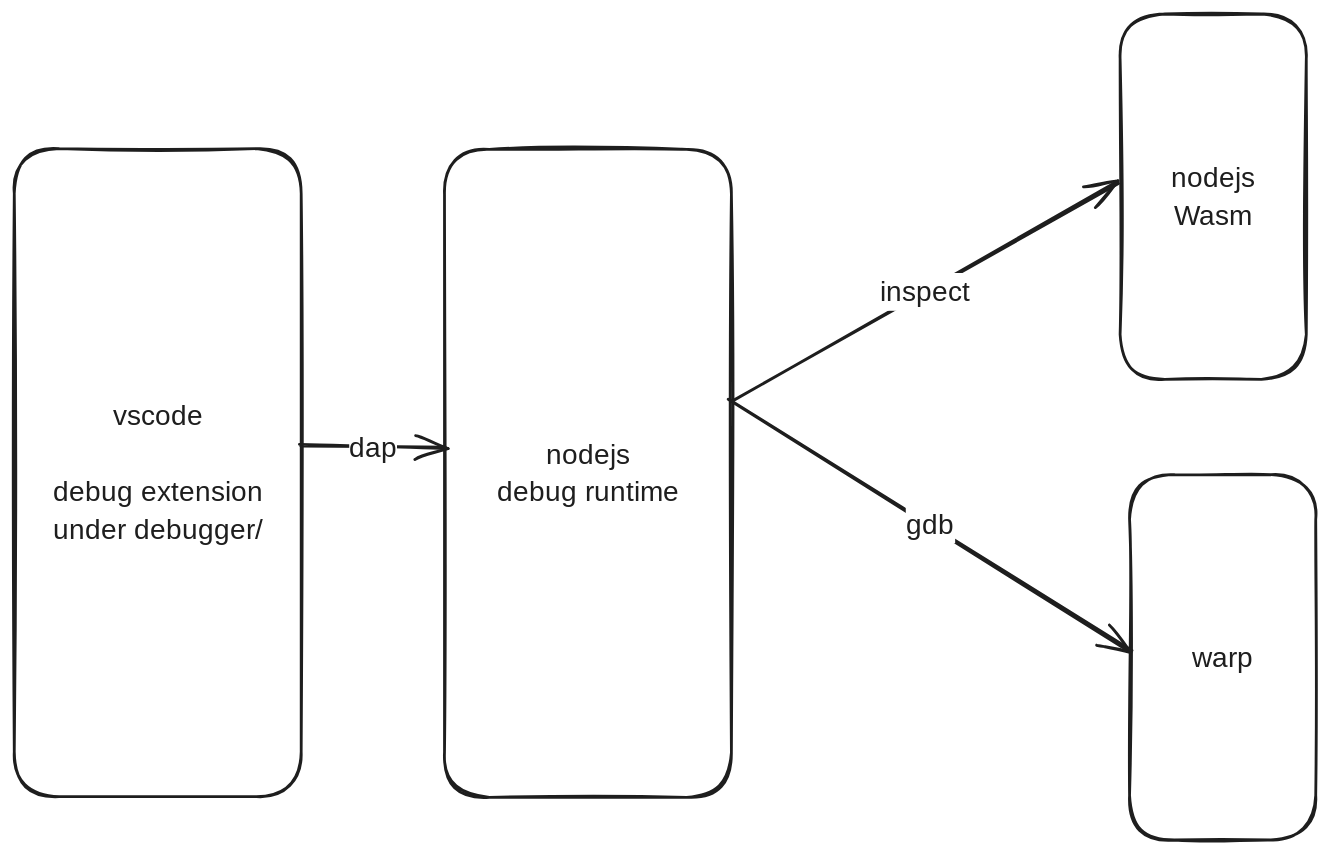
Above: docs/tech/debugger/debugger.excalidraw.svg in wasm-ecosystem/warpo (Excalidraw), before the change. Source tidied: one line per element, renumbered; positions are measured from the earlier drawing's top-left corner, leaving out a move shared by most shapes.
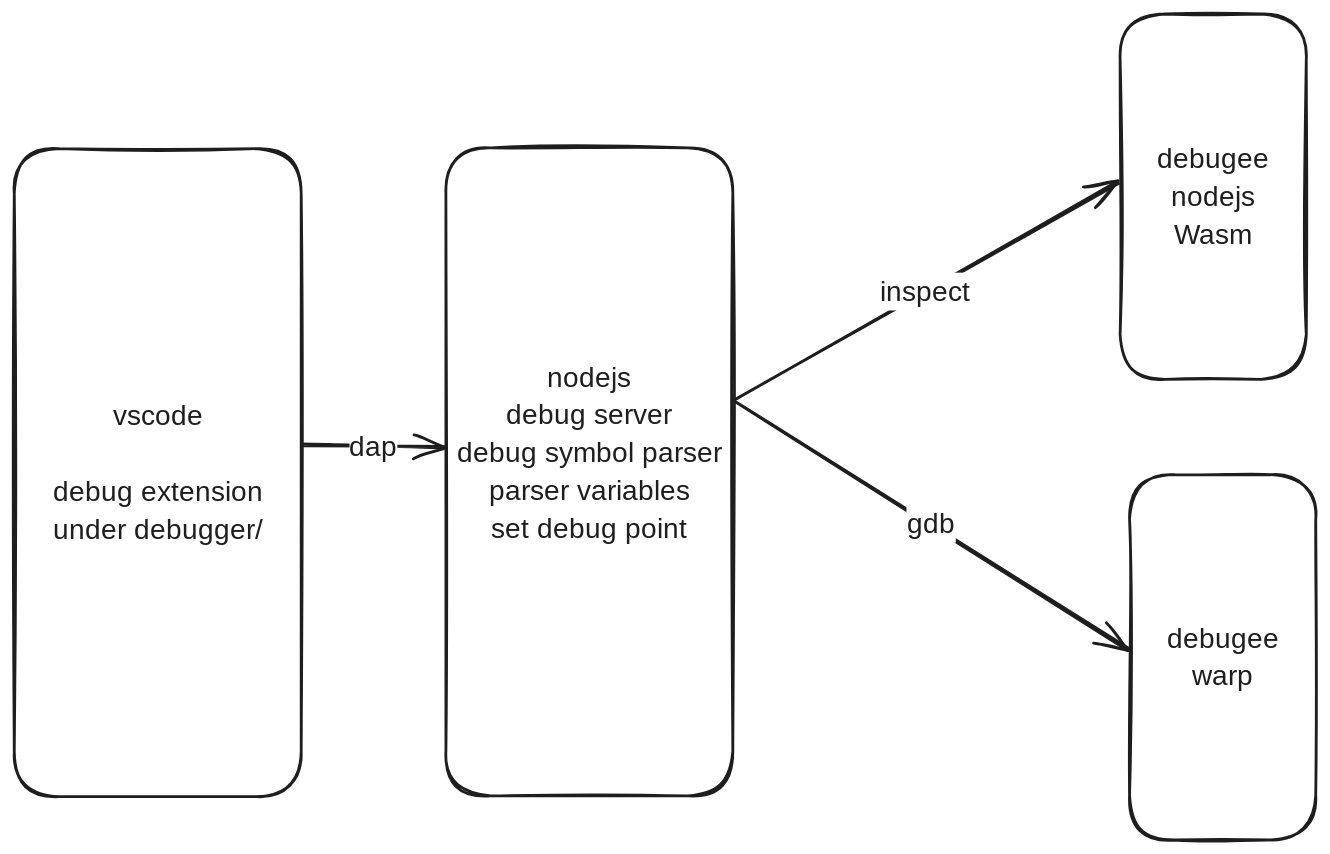
Later version of the same file.

What changed in the source:
```diff
@@ -1,14 +1,14 @@
 {"id": 0, "type": "rectangle", "strokeColor": "#1e1e1e", "strokeWidth": 2, "roughness": 1, "round": true, "x": 0, "y": 96, "width": 205, "height": 463}
 {"id": 1, "type": "text", "text": "vscode\n\ndebug extension\nunder debugger/", "strokeColor": "#1e1e1e", "strokeWidth": 2, "roughness": 1, "fontSize": 20, "fontFamily": 6, "textAlign": "center", "verticalAlign": "middle", "inside": 0, "x": 27, "y": 274, "width": 150, "height": 108}
-{"id": 2, "type": "rectangle", "strokeColor": "#1e1e1e", "strokeWidth": 2, "roughness": 1, "round": true, "x": 307, "y": 97, "width": 205, "height": 463}
+{"id": 2, "type": "rectangle", "strokeColor": "#1e1e1e", "strokeWidth": 2, "roughness": 1, "round": true, "x": 308, "y": 96, "width": 205, "height": 463}
-{"id": 3, "type": "text", "text": "nodejs\ndebug runtime", "strokeColor": "#1e1e1e", "strokeWidth": 2, "roughness": 1, "fontSize": 20, "fontFamily": 6, "textAlign": "center", "verticalAlign": "middle", "inside": 2, "x": 344, "y": 301, "width": 132, "height": 54}
+{"id": 3, "type": "text", "text": "nodejs\ndebug server\ndebug symbol parser\nparser variables\nset debug point\n", "strokeColor": "#1e1e1e", "strokeWidth": 2, "roughness": 1, "fontSize": 20, "fontFamily": 6, "textAlign": "center", "verticalAlign": "middle", "inside": 2, "x": 315, "y": 246, "width": 191, "height": 162}
-{"id": 4, "type": "arrow", "strokeColor": "#1e1e1e", "strokeWidth": 2, "roughness": 1, "endArrowhead": "arrow", "round": true, "from": 0, "to": 2, "x": 204, "y": 309, "width": 105, "height": 1, "points": [[0, 0], [105, 1]]}
+{"id": 4, "type": "arrow", "strokeColor": "#1e1e1e", "strokeWidth": 2, "roughness": 1, "endArrowhead": "arrow", "round": true, "from": 0, "to": 2, "x": 205, "y": 309, "width": 102, "height": 1, "points": [[0, 0], [102, 1]]}
 {"id": 5, "type": "text", "text": "dap", "strokeColor": "#1e1e1e", "strokeWidth": 2, "roughness": 1, "fontSize": 20, "fontFamily": 6, "textAlign": "center", "verticalAlign": "middle", "inside": 4, "x": 239, "y": 296, "width": 34, "height": 27}
 {"id": 6, "type": "rectangle", "strokeColor": "#1e1e1e", "strokeWidth": 2, "roughness": 1, "round": true, "x": 790, "y": 0, "width": 133, "height": 261}
-{"id": 7, "type": "text", "text": "nodejs\nWasm", "strokeColor": "#1e1e1e", "strokeWidth": 2, "roughness": 1, "fontSize": 20, "fontFamily": 6, "textAlign": "center", "verticalAlign": "middle", "inside": 6, "x": 827, "y": 104, "width": 60, "height": 54}
+{"id": 7, "type": "text", "text": "debugee\nnodejs\nWasm", "strokeColor": "#1e1e1e", "strokeWidth": 2, "roughness": 1, "fontSize": 20, "fontFamily": 6, "textAlign": "center", "verticalAlign": "middle", "inside": 6, "x": 817, "y": 90, "width": 79, "height": 81}
-{"id": 8, "type": "arrow", "strokeColor": "#1e1e1e", "strokeWidth": 2, "roughness": 1, "endArrowhead": "arrow", "round": true, "from": 2, "to": 6, "x": 513, "y": 277, "width": 275, "height": 156, "points": [[0, 0], [275, -156]]}
+{"id": 8, "type": "arrow", "strokeColor": "#1e1e1e", "strokeWidth": 2, "roughness": 1, "endArrowhead": "arrow", "round": true, "from": 2, "to": 6, "x": 514, "y": 276, "width": 274, "height": 155, "points": [[0, 0], [274, -155]]}
 {"id": 9, "type": "text", "text": "inspect", "strokeColor": "#1e1e1e", "strokeWidth": 2, "roughness": 1, "fontSize": 20, "fontFamily": 6, "textAlign": "center", "verticalAlign": "middle", "inside": 8, "x": 514, "y": 189, "width": 65, "height": 27}
 {"id": 10, "type": "rectangle", "strokeColor": "#1e1e1e", "strokeWidth": 2, "roughness": 1, "round": true, "x": 797, "y": 329, "width": 133, "height": 261}
-{"id": 11, "type": "text", "text": "warp", "strokeColor": "#1e1e1e", "strokeWidth": 2, "roughness": 1, "fontSize": 20, "fontFamily": 6, "textAlign": "center", "verticalAlign": "middle", "inside": 10, "x": 840, "y": 446, "width": 46, "height": 27}
+{"id": 11, "type": "text", "text": "debugee\nwarp", "strokeColor": "#1e1e1e", "strokeWidth": 2, "roughness": 1, "fontSize": 20, "fontFamily": 6, "textAlign": "center", "verticalAlign": "middle", "inside": 10, "x": 824, "y": 433, "width": 79, "height": 54}
-{"id": 12, "type": "arrow", "strokeColor": "#1e1e1e", "strokeWidth": 2, "roughness": 1, "endArrowhead": "arrow", "round": true, "from": 2, "to": 10, "x": 511, "y": 275, "width": 288, "height": 180, "points": [[0, 0], [288, 180]]}
+{"id": 12, "type": "arrow", "strokeColor": "#1e1e1e", "strokeWidth": 2, "roughness": 1, "endArrowhead": "arrow", "round": true, "from": 2, "to": 10, "x": 514, "y": 275, "width": 282, "height": 178, "points": [[0, 0], [282, 178]]}
 {"id": 13, "type": "text", "text": "gdb", "strokeColor": "#1e1e1e", "strokeWidth": 2, "roughness": 1, "fontSize": 20, "fontFamily": 6, "textAlign": "center", "verticalAlign": "middle", "inside": 12, "x": 637, "y": 351, "width": 35, "height": 27}
```
